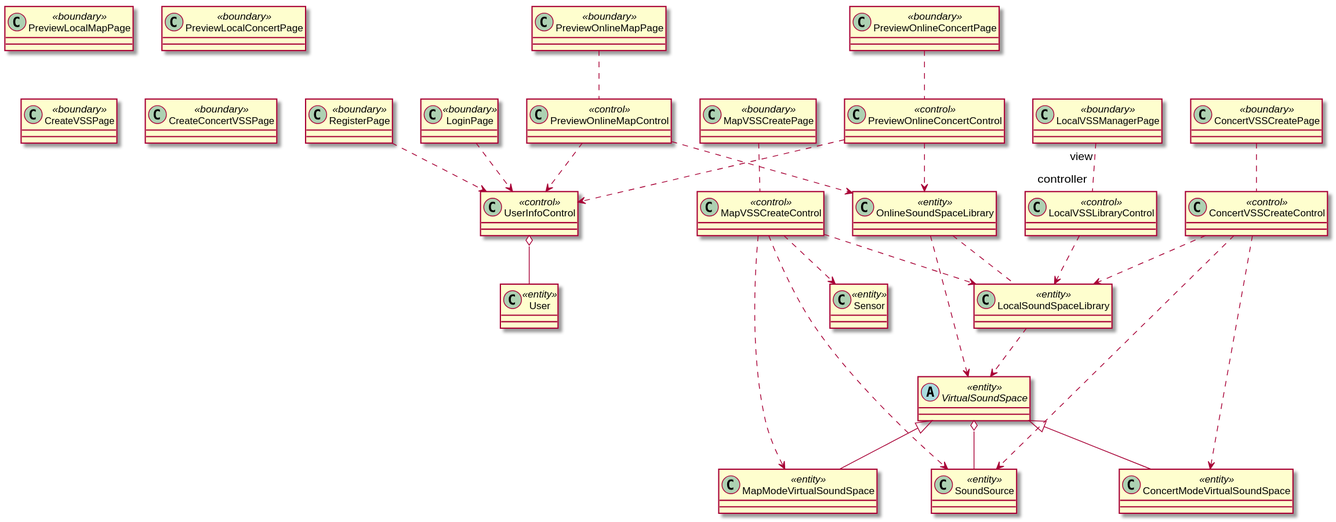
Above: 需求定义和分析/ClassDiagram.svg in kpp19920121/doc (PlantUML), before the change.
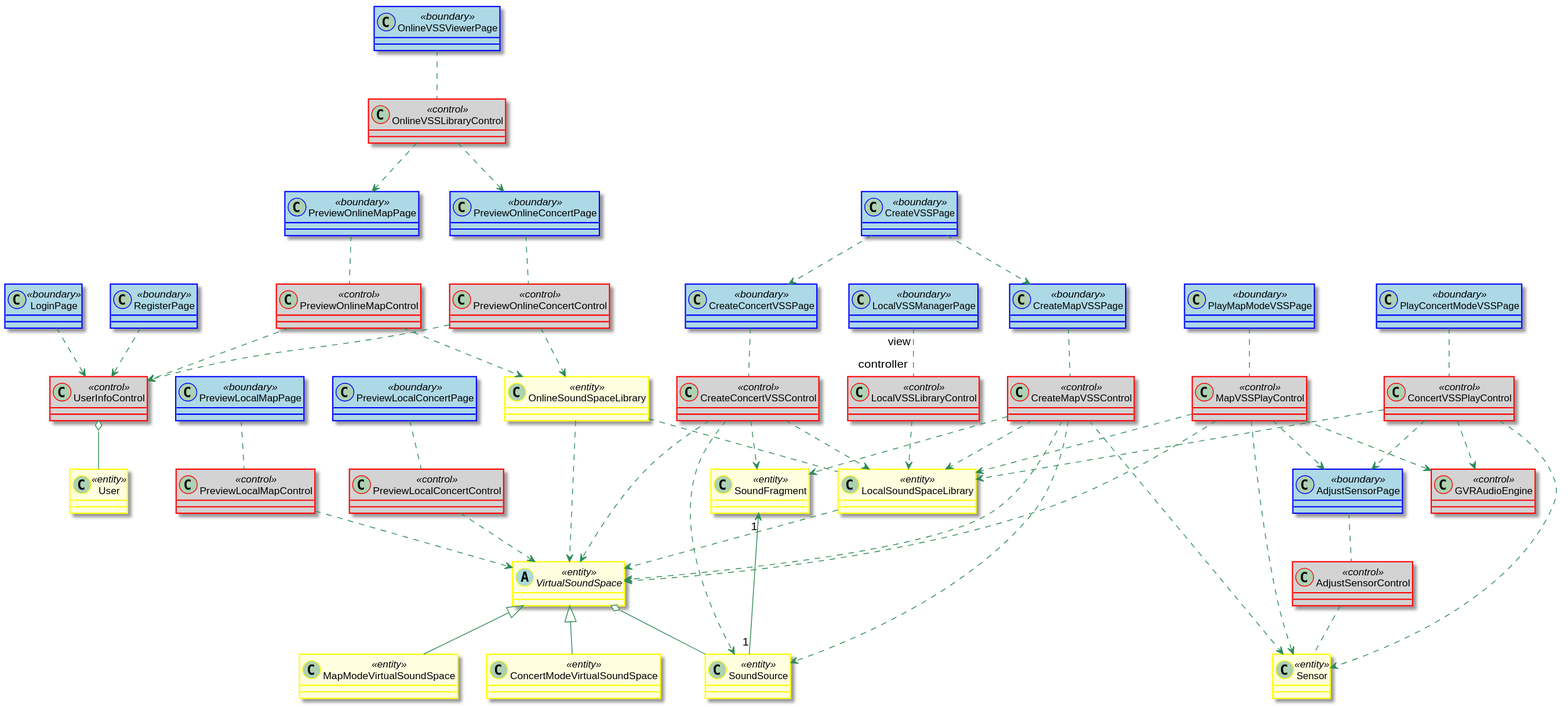
Above is the later version.

The edit, as a diff of the source:
```diff
@@ -1,4 +1,16 @@
 @startuml ClassDiagram
+skinparam class {
+	BackgroundColor PaleGreen
+	ArrowColor SeaGreen
+	BorderColor SpringGreen
+	BackgroundColor<<boundary>> LightBlue
+	BorderColor<<boundary>> Blue
+    BackgroundColor<<control>> LightGray
+    BorderColor<<control>> Red
+    BackgroundColor<<entity>> LightYellow
+    BorderColor<<entity>> Yellow
+}
+
 
 class RegisterPage <<boundary>> {
 
@@ -30,13 +42,10 @@
 class CreateVSSPage <<boundary>> {
 
 }
-class CreateConcertVSSPage <<boundary>> {
+class CreateMapVSSPage <<boundary>> {
 
 }
-class MapVSSCreatePage <<boundary>> {
-
-}
-class MapVSSCreateControl <<control>> {
+class CreateMapVSSControl <<control>> {
 
 }
 class Sensor <<entity>> {
@@ -54,10 +63,10 @@
 class SoundSource <<entity>> {
 
 }
-class ConcertVSSCreatePage <<boundary>> {
+class CreateConcertVSSPage <<boundary>> {
 
 }
-class ConcertVSSCreateControl <<control>> {
+class CreateConcertVSSControl <<control>> {
 
 }
 class PreviewOnlineMapPage <<boundary>> {
@@ -75,26 +84,65 @@
 class OnlineSoundSpaceLibrary <<entity>> {
 
 }
+class PreviewLocalMapControl <<control>> {
+
+}
+class PreviewLocalConcertControl <<control>> {
+
+}
+class PlayMapModeVSSPage <<boundary>> {
+
+}
+class MapVSSPlayControl <<control>> {
+
+}
+class LocalSoundSpaceLibrary <<entity>> {
+
+}
+class GVRAudioEngine <<control>> {
+
+}
+class AdjustSensorPage <<boundary>> {
+
+}
+class PlayConcertModeVSSPage <<boundary>> {
+
+}
+class ConcertVSSPlayControl <<control>> {
+
+}
+class OnlineVSSViewerPage <<boundary>> {
+
+}
+class AdjustSensorControl <<control>> {
+
+}
+class SoundFragment <<entity>> {
+
+}
+class OnlineVSSLibraryControl <<control>> {
+
+}
 
 
 UserInfoControl o-- User
 LocalVSSManagerPage "view" .. "controller" LocalVSSLibraryControl
 LocalVSSLibraryControl ..> LocalSoundSpaceLibrary
-MapVSSCreatePage .. MapVSSCreateControl
-MapVSSCreateControl ..> LocalSoundSpaceLibrary
+CreateMapVSSPage .. CreateMapVSSControl
+CreateMapVSSControl ..> LocalSoundSpaceLibrary
 LocalSoundSpaceLibrary ..> VirtualSoundSpace
 VirtualSoundSpace <|-- ConcertModeVirtualSoundSpace
 VirtualSoundSpace <|-- MapModeVirtualSoundSpace
 LoginPage ..> UserInfoControl
 RegisterPage ..> UserInfoControl
-MapVSSCreateControl ..> Sensor
-MapVSSCreateControl ..> MapModeVirtualSoundSpace
-MapVSSCreateControl ..> SoundSource
+CreateMapVSSControl ..> Sensor
+CreateMapVSSControl ..> VirtualSoundSpace
+CreateMapVSSControl ..> SoundSource
 VirtualSoundSpace o-- SoundSource
-ConcertVSSCreatePage .. ConcertVSSCreateControl
-ConcertVSSCreateControl ..> ConcertModeVirtualSoundSpace
-ConcertVSSCreateControl ..> LocalSoundSpaceLibrary
-ConcertVSSCreateControl ..> SoundSource
+CreateConcertVSSPage .. CreateConcertVSSControl
+CreateConcertVSSControl ..> VirtualSoundSpace
+CreateConcertVSSControl ..> LocalSoundSpaceLibrary
+CreateConcertVSSControl ..> SoundSource
 PreviewOnlineConcertPage .. PreviewOnlineConcertControl
 PreviewOnlineMapPage .. PreviewOnlineMapControl
 PreviewOnlineMapControl ..> UserInfoControl
@@ -103,5 +151,30 @@
 PreviewOnlineConcertControl ..> OnlineSoundSpaceLibrary
 OnlineSoundSpaceLibrary ..> VirtualSoundSpace
 OnlineSoundSpaceLibrary .. LocalSoundSpaceLibrary
+PreviewLocalMapPage .. PreviewLocalMapControl
+PreviewLocalConcertPage .. PreviewLocalConcertControl
+PreviewLocalConcertControl ..> VirtualSoundSpace
+PreviewLocalMapControl ..> VirtualSoundSpace
+CreateVSSPage ..> CreateMapVSSPage
+CreateVSSPage ..> CreateConcertVSSPage
+PlayMapModeVSSPage .. MapVSSPlayControl
+MapVSSPlayControl ..> LocalSoundSpaceLibrary
+MapVSSPlayControl ..> VirtualSoundSpace
+MapVSSPlayControl ..> Sensor
+MapVSSPlayControl ..> GVRAudioEngine
+MapVSSPlayControl ..> AdjustSensorPage
+PlayConcertModeVSSPage .. ConcertVSSPlayControl
+ConcertVSSPlayControl ..> LocalSoundSpaceLibrary
+ConcertVSSPlayControl ..> Sensor
+ConcertVSSPlayControl ..> GVRAudioEngine
+ConcertVSSPlayControl ..> AdjustSensorPage
+OnlineVSSViewerPage .. OnlineVSSLibraryControl
+OnlineVSSLibraryControl ..> PreviewOnlineConcertPage
+OnlineVSSLibraryControl ..> PreviewOnlineMapPage
+AdjustSensorPage .. AdjustSensorControl
+AdjustSensorControl .. Sensor
+SoundFragment "1" <-- "1" SoundSource
+CreateMapVSSControl ..> SoundFragment
+CreateConcertVSSControl ..> SoundFragment
 
 @enduml
```
